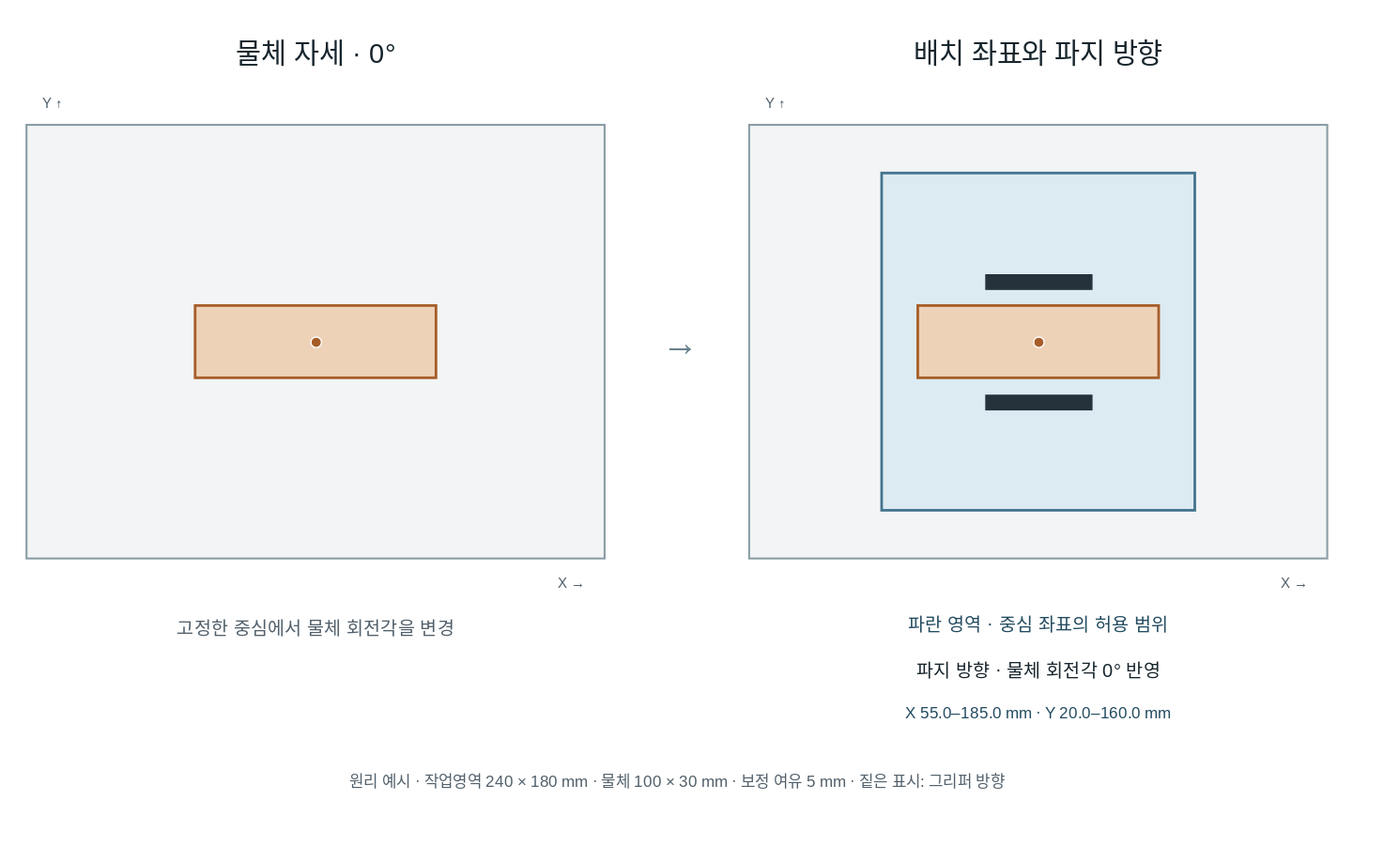
Before: docs/portfolio/workspace-0.drawio.svg, a diagram exported from draw.io (hasemu1211/fr5-lerobot-connector). Source tidied: cells renumbered, new cells last; positions are measured from the earlier drawing's top-left corner, leaving out a move shared by most shapes.
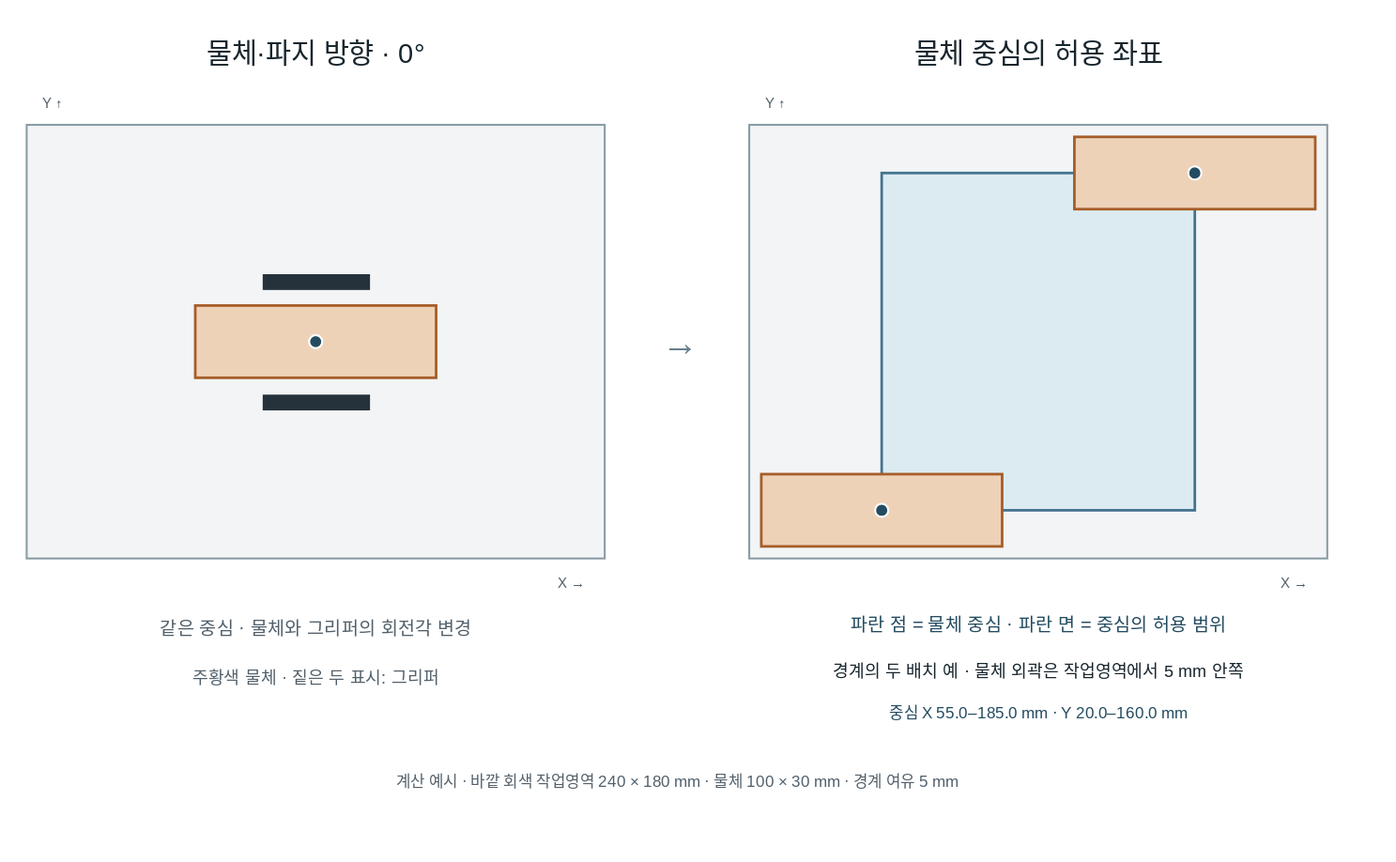
Above is the later version.

Diff of the diagram source:
```diff
@@ -2,10 +2,10 @@
   <root>
     <mxCell id="0" />
     <mxCell id="1" parent="0" />
-    <mxCell id="2" value="물체 자세 · 0°" style="html=1;whiteSpace=wrap;fontFamily=Noto Sans CJK KR;fontSize=14;fontColor=#17252d;spacing=0;text;strokeColor=none;fillColor=none;fontSize=21;fontColor=#17252d;align=center;verticalAlign=middle;" parent="1" vertex="1">
+    <mxCell id="2" value="물체·파지 방향 · 0°" style="html=1;whiteSpace=wrap;fontFamily=Noto Sans CJK KR;fontSize=14;fontColor=#17252d;spacing=0;text;strokeColor=none;fillColor=none;fontSize=21;fontColor=#17252d;align=center;verticalAlign=middle;" parent="1" vertex="1">
       <mxGeometry width="440" height="40" as="geometry" />
     </mxCell>
-    <mxCell id="3" value="배치 좌표와 파지 방향" style="html=1;whiteSpace=wrap;fontFamily=Noto Sans CJK KR;fontSize=14;fontColor=#17252d;spacing=0;text;strokeColor=none;fillColor=none;fontSize=21;fontColor=#17252d;align=center;verticalAlign=middle;" parent="1" vertex="1">
+    <mxCell id="3" value="물체 중심의 허용 좌표" style="html=1;whiteSpace=wrap;fontFamily=Noto Sans CJK KR;fontSize=14;fontColor=#17252d;spacing=0;text;strokeColor=none;fillColor=none;fontSize=21;fontColor=#17252d;align=center;verticalAlign=middle;" parent="1" vertex="1">
       <mxGeometry x="550" width="440" height="40" as="geometry" />
     </mxCell>
     <mxCell id="4" style="html=1;whiteSpace=wrap;fontFamily=Noto Sans CJK KR;fontSize=14;fontColor=#17252d;spacing=0;fillColor=#f2f4f5;strokeColor=#8b9da6;strokeWidth=1.5;align=center;verticalAlign=middle;" parent="1" vertex="1">
@@ -32,37 +32,46 @@
     <mxCell id="11" style="html=1;whiteSpace=wrap;fontFamily=Noto Sans CJK KR;fontSize=14;fontColor=#17252d;spacing=0;fillColor=#eed2b8;strokeColor=#a65d29;strokeWidth=2;rotation=0;align=center;verticalAlign=middle;" parent="1" vertex="1">
       <mxGeometry x="128.3" y="212.5" width="183.3" height="55" as="geometry" />
     </mxCell>
-    <mxCell id="12" style="html=1;whiteSpace=wrap;fontFamily=Noto Sans CJK KR;fontSize=14;fontColor=#17252d;spacing=0;ellipse;fillColor=#a65d29;strokeColor=#fff;strokeWidth=1;align=center;verticalAlign=middle;" parent="1" vertex="1">
-      <mxGeometry x="216" y="236" width="8" height="8" as="geometry" />
+    <mxCell id="12" style="html=1;whiteSpace=wrap;fontFamily=Noto Sans CJK KR;fontSize=14;fontColor=#17252d;spacing=0;ellipse;fillColor=#244c61;strokeColor=#fff;strokeWidth=1.5;align=center;verticalAlign=middle;" parent="1" vertex="1">
+      <mxGeometry x="215" y="235" width="10" height="10" as="geometry" />
     </mxCell>
-    <mxCell id="13" style="html=1;whiteSpace=wrap;fontFamily=Noto Sans CJK KR;fontSize=14;fontColor=#17252d;spacing=0;fillColor=#eed2b8;strokeColor=#a65d29;strokeWidth=2;rotation=0;align=center;verticalAlign=middle;" parent="1" vertex="1">
-      <mxGeometry x="678.3" y="212.5" width="183.3" height="55" as="geometry" />
-    </mxCell>
-    <mxCell id="14" style="html=1;whiteSpace=wrap;fontFamily=Noto Sans CJK KR;fontSize=14;fontColor=#17252d;spacing=0;ellipse;fillColor=#a65d29;strokeColor=#fff;strokeWidth=1;align=center;verticalAlign=middle;" parent="1" vertex="1">
-      <mxGeometry x="766" y="236" width="8" height="8" as="geometry" />
-    </mxCell>
+    <mxCell id="23" style="html=1;whiteSpace=wrap;fontFamily=Noto Sans CJK KR;fontSize=14;fontColor=#17252d;spacing=0;fillColor=#eed2b8;strokeColor=#a65d29;strokeWidth=2;rotation=0;align=center;verticalAlign=middle;" parent="1" vertex="1">
+      <mxGeometry x="559.2" y="340.8" width="183.3" height="55" as="geometry" />
+    </mxCell>
+    <mxCell id="24" style="html=1;whiteSpace=wrap;fontFamily=Noto Sans CJK KR;fontSize=14;fontColor=#17252d;spacing=0;ellipse;fillColor=#244c61;strokeColor=#fff;strokeWidth=1.5;align=center;verticalAlign=middle;" parent="1" vertex="1">
+      <mxGeometry x="645.8" y="363.3" width="10" height="10" as="geometry" />
+    </mxCell>
+    <mxCell id="25" style="html=1;whiteSpace=wrap;fontFamily=Noto Sans CJK KR;fontSize=14;fontColor=#17252d;spacing=0;fillColor=#eed2b8;strokeColor=#a65d29;strokeWidth=2;rotation=0;align=center;verticalAlign=middle;" parent="1" vertex="1">
+      <mxGeometry x="797.5" y="84.2" width="183.3" height="55" as="geometry" />
+    </mxCell>
+    <mxCell id="26" style="html=1;whiteSpace=wrap;fontFamily=Noto Sans CJK KR;fontSize=14;fontColor=#17252d;spacing=0;ellipse;fillColor=#244c61;strokeColor=#fff;strokeWidth=1.5;align=center;verticalAlign=middle;" parent="1" vertex="1">
+      <mxGeometry x="884.2" y="106.7" width="10" height="10" as="geometry" />
+    </mxCell>
     <mxCell id="15" style="html=1;whiteSpace=wrap;fontFamily=Noto Sans CJK KR;fontSize=14;fontColor=#17252d;spacing=0;fillColor=#26323b;strokeColor=#26323b;rotation=0;align=center;verticalAlign=middle;" parent="1" vertex="1">
-      <mxGeometry x="729.7" y="280.3" width="80.7" height="11" as="geometry" />
+      <mxGeometry x="179.7" y="280.3" width="80.7" height="11" as="geometry" />
     </mxCell>
     <mxCell id="16" style="html=1;whiteSpace=wrap;fontFamily=Noto Sans CJK KR;fontSize=14;fontColor=#17252d;spacing=0;fillColor=#26323b;strokeColor=#26323b;rotation=0;align=center;verticalAlign=middle;" parent="1" vertex="1">
-      <mxGeometry x="729.7" y="188.7" width="80.7" height="11" as="geometry" />
+      <mxGeometry x="179.7" y="188.7" width="80.7" height="11" as="geometry" />
     </mxCell>
-    <mxCell id="17" value="고정한 중심에서 물체 회전각을 변경" style="html=1;whiteSpace=wrap;fontFamily=Noto Sans CJK KR;fontSize=14;fontColor=#17252d;spacing=0;text;strokeColor=none;fillColor=none;fontSize=14;fontColor=#52606b;align=center;verticalAlign=middle;" parent="1" vertex="1">
+    <mxCell id="17" value="같은 중심 · 물체와 그리퍼의 회전각 변경" style="html=1;whiteSpace=wrap;fontFamily=Noto Sans CJK KR;fontSize=14;fontColor=#17252d;spacing=0;text;strokeColor=none;fillColor=none;fontSize=14;fontColor=#52606b;align=center;verticalAlign=middle;" parent="1" vertex="1">
       <mxGeometry y="440" width="440" height="35" as="geometry" />
     </mxCell>
+    <mxCell id="19" value="주황색 물체 · 짙은 두 표시: 그리퍼" style="html=1;whiteSpace=wrap;fontFamily=Noto Sans CJK KR;fontSize=14;fontColor=#17252d;spacing=0;text;strokeColor=none;fillColor=none;fontSize=13;fontColor=#52606b;align=center;verticalAlign=middle;" parent="1" vertex="1">
+      <mxGeometry y="480" width="440" height="30" as="geometry" />
+    </mxCell>
-    <mxCell id="18" value="파란 영역 · 중심 좌표의 허용 범위" style="html=1;whiteSpace=wrap;fontFamily=Noto Sans CJK KR;fontSize=14;fontColor=#17252d;spacing=0;text;strokeColor=none;fillColor=none;fontSize=14;fontColor=#244c61;align=center;verticalAlign=middle;" parent="1" vertex="1">
+    <mxCell id="18" value="파란 점 = 물체 중심 · 파란 면 = 중심의 허용 범위" style="html=1;whiteSpace=wrap;fontFamily=Noto Sans CJK KR;fontSize=14;fontColor=#17252d;spacing=0;text;strokeColor=none;fillColor=none;fontSize=14;fontColor=#244c61;align=center;verticalAlign=middle;" parent="1" vertex="1">
       <mxGeometry x="550" y="440" width="440" height="30" as="geometry" />
     </mxCell>
-    <mxCell id="19" value="파지 방향 · 물체 회전각 0° 반영" style="html=1;whiteSpace=wrap;fontFamily=Noto Sans CJK KR;fontSize=14;fontColor=#17252d;spacing=0;text;strokeColor=none;fillColor=none;fontSize=14;fontColor=#17252d;align=center;verticalAlign=middle;" parent="1" vertex="1">
-      <mxGeometry x="550" y="475" width="440" height="30" as="geometry" />
-    </mxCell>
+    <mxCell id="27" value="경계의 두 배치 예 · 물체 외곽은 작업영역에서 5 mm 안쪽" style="html=1;whiteSpace=wrap;fontFamily=Noto Sans CJK KR;fontSize=14;fontColor=#17252d;spacing=0;text;strokeColor=none;fillColor=none;fontSize=13;fontColor=#17252d;align=center;verticalAlign=middle;" parent="1" vertex="1">
+      <mxGeometry x="540" y="475" width="460" height="30" as="geometry" />
+    </mxCell>
-    <mxCell id="20" value="X 55.0–185.0 mm · Y 20.0–160.0 mm" style="html=1;whiteSpace=wrap;fontFamily=Noto Sans CJK KR;fontSize=14;fontColor=#17252d;spacing=0;text;strokeColor=none;fillColor=none;fontSize=12;fontColor=#244c61;align=center;verticalAlign=middle;" parent="1" vertex="1">
+    <mxCell id="20" value="중심 X 55.0–185.0 mm · Y 20.0–160.0 mm" style="html=1;whiteSpace=wrap;fontFamily=Noto Sans CJK KR;fontSize=14;fontColor=#17252d;spacing=0;text;strokeColor=none;fillColor=none;fontSize=12;fontColor=#244c61;align=center;verticalAlign=middle;" parent="1" vertex="1">
       <mxGeometry x="550" y="510" width="440" height="25" as="geometry" />
     </mxCell>
     <mxCell id="21" value="→" style="html=1;whiteSpace=wrap;fontFamily=Noto Sans CJK KR;fontSize=14;fontColor=#17252d;spacing=0;text;strokeColor=none;fillColor=none;fontSize=28;fontColor=#68808d;align=center;verticalAlign=middle;" parent="1" vertex="1">
       <mxGeometry x="460" y="210" width="75" height="60" as="geometry" />
     </mxCell>
-    <mxCell id="22" value="원리 예시 · 작업영역 240 × 180 mm · 물체 100 × 30 mm · 보정 여유 5 mm · 짙은 표시: 그리퍼 방향" style="html=1;whiteSpace=wrap;fontFamily=Noto Sans CJK KR;fontSize=14;fontColor=#17252d;spacing=0;text;strokeColor=none;fillColor=none;fontSize=12;fontColor=#52606b;align=center;verticalAlign=middle;" parent="1" vertex="1">
+    <mxCell id="22" value="계산 예시 · 바깥 회색 작업영역 240 × 180 mm · 물체 100 × 30 mm · 경계 여유 5 mm" style="html=1;whiteSpace=wrap;fontFamily=Noto Sans CJK KR;fontSize=14;fontColor=#17252d;spacing=0;text;strokeColor=none;fillColor=none;fontSize=12;fontColor=#52606b;align=center;verticalAlign=middle;" parent="1" vertex="1">
       <mxGeometry y="555" width="990" height="40" as="geometry" />
     </mxCell>
   </root>
```
